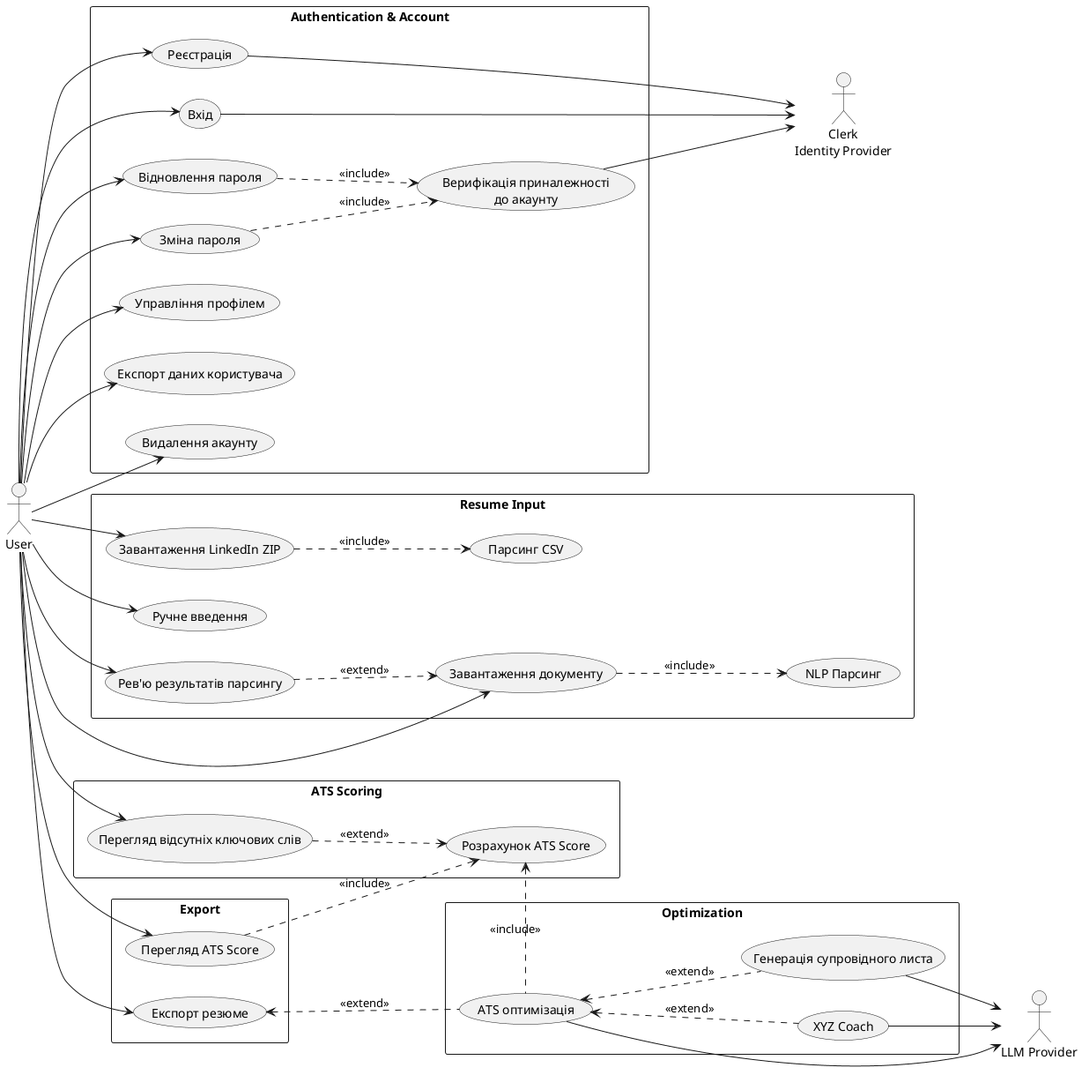
GetJobAI/infra keeps this PlantUML diagram as assets/uc.png. Above is the earlier version.
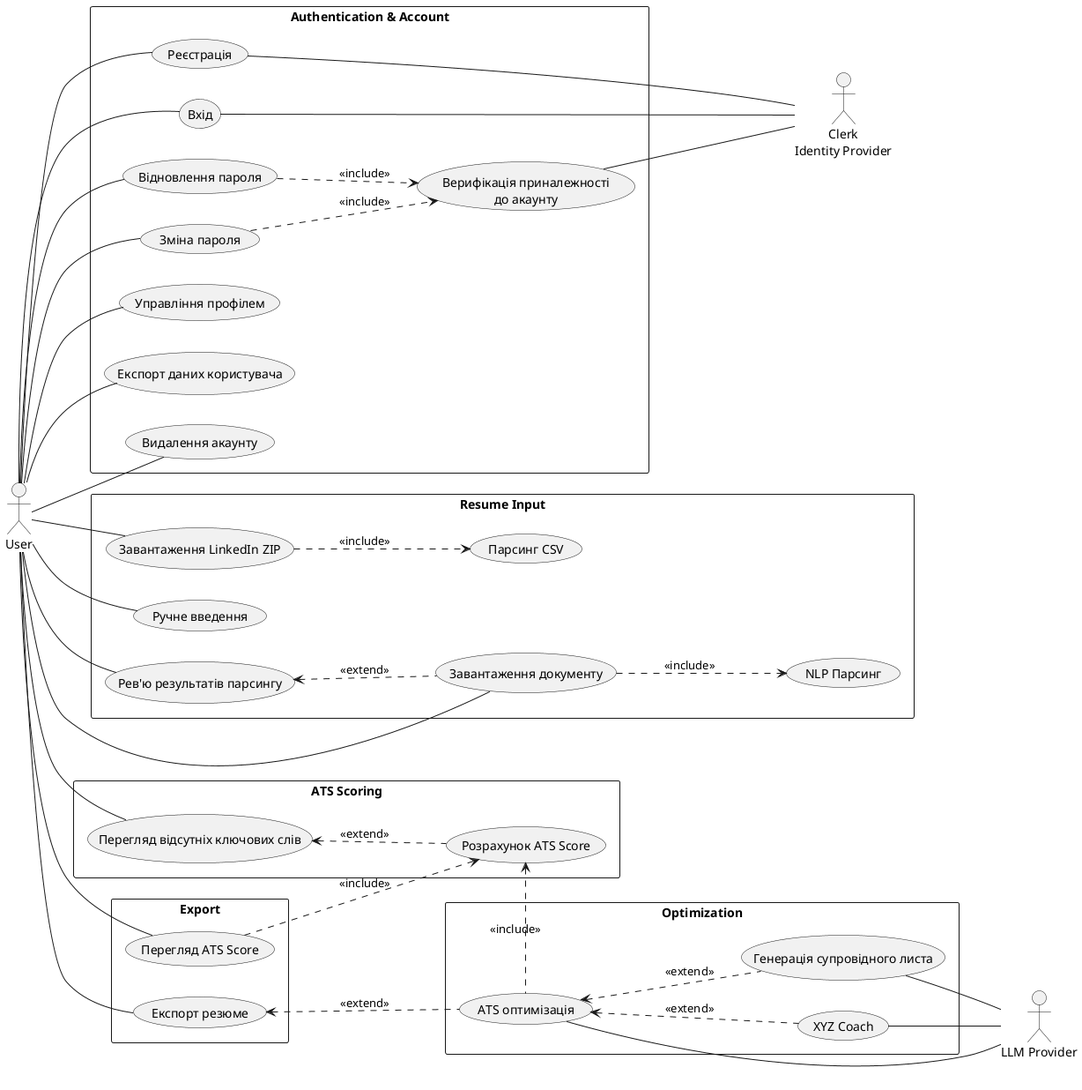
After the change.

Commit message:
docs: fixed usecase diagram

What changed in the source:
```diff
@@ -45,42 +45,42 @@
     usecase "Експорт резюме" as UC_ExportRes
 }
 
-User --> UC_Register
-User --> UC_Login
-User --> UC_RecoverPassword
-User --> UC_ChangePassword
-User --> UC_Profile
-User --> UC_ExportData
-User --> UC_Delete
+User -- UC_Register
+User -- UC_Login
+User -- UC_RecoverPassword
+User -- UC_ChangePassword
+User -- UC_Profile
+User -- UC_ExportData
+User -- UC_Delete
 
-UC_Register --> Clerk
-UC_Login --> Clerk
-UC_VerifyEmail --> Clerk
+UC_Register -- Clerk
+UC_Login -- Clerk
+UC_VerifyEmail -- Clerk
 UC_RecoverPassword ..> UC_VerifyEmail : <<include>>
 UC_ChangePassword ..> UC_VerifyEmail : <<include>>
 
-User --> UC_Wizard
+User -- UC_Wizard
 
-User --> UC_Upload
+User -- UC_Upload
 UC_Upload ..> UC_Parse : <<include>>
-UC_ReviewParse ..> UC_Upload : <<extend>>
-User --> UC_ReviewParse
+UC_ReviewParse <.. UC_Upload : <<extend>>
+User -- UC_ReviewParse
 
-User --> UC_Zip
+User -- UC_Zip
 UC_Zip ..> UC_ParseZip : <<include>>
 
-UC_XYZ --> LLM
-UC_ATSOpt --> LLM
-UC_Cover --> LLM
+UC_XYZ -- LLM
+UC_ATSOpt -- LLM
+UC_Cover -- LLM
 
-User --> UC_ExportRes
-User --> UC_ExportATS
+User -- UC_ExportRes
+User -- UC_ExportATS
 
 UC_ExportRes <.. UC_ATSOpt : <<extend>>
 
 UC_ATSOpt .l.> UC_ATS_Calc : <<include>>
-UC_ATS_Breakdown ..> UC_ATS_Calc : <<extend>>
-User --> UC_ATS_Breakdown
+UC_ATS_Breakdown <.. UC_ATS_Calc : <<extend>>
+User -- UC_ATS_Breakdown
 
 UC_ExportATS ..> UC_ATS_Calc : <<include>>
 UC_ATSOpt <.. UC_Cover : <<extend>>
```
